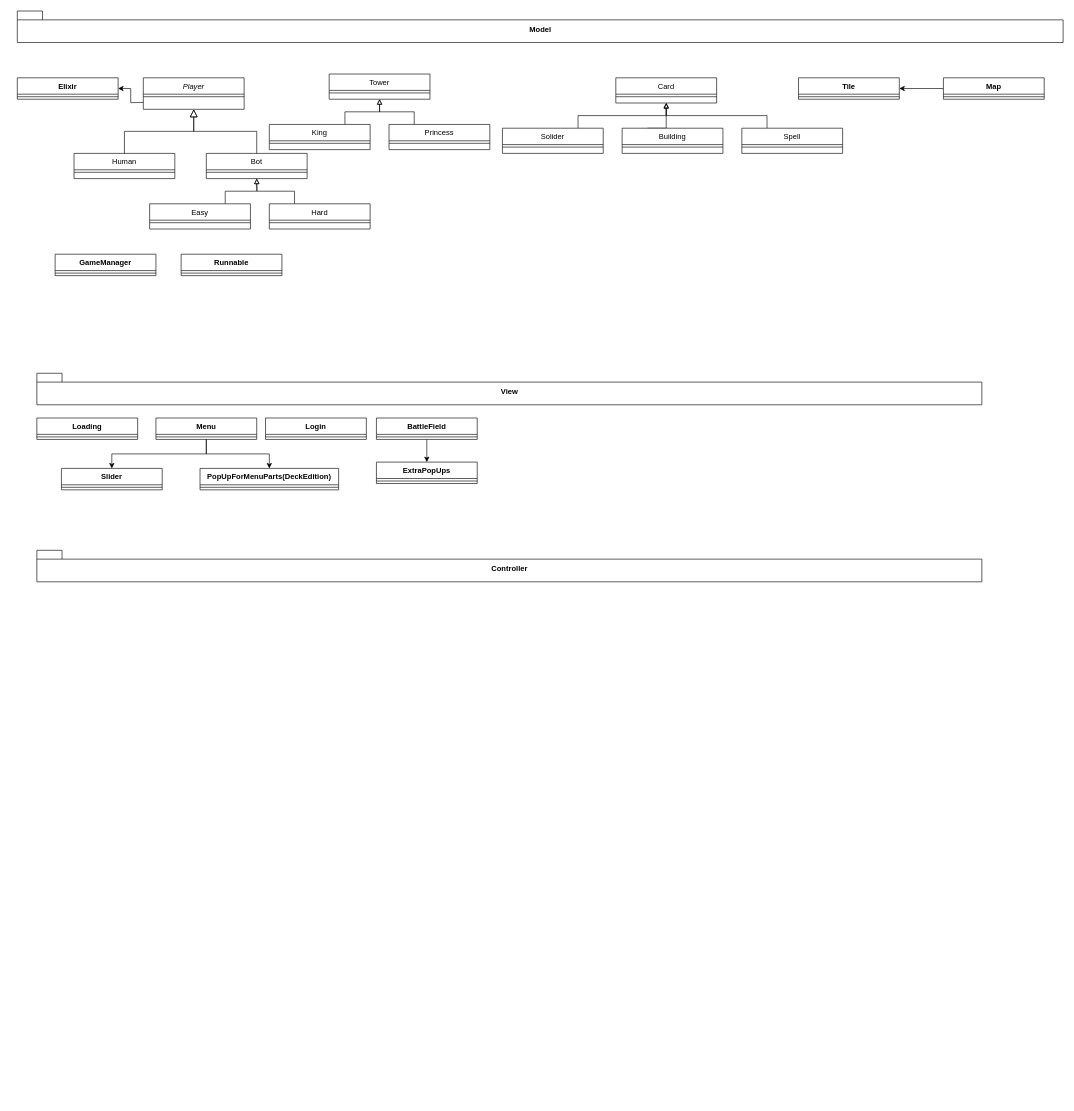
pouyam79i/ClashRoyale keeps this draw.io diagram as Clash Royale Class Diagram.drawio. Above is the earlier version. Source tidied: cells renumbered, new cells numbered last; positions are measured from the earlier drawing's top-left corner, leaving out a move shared by most shapes. Both pictures are drawn from the tidied source at 63%, with x=0, y=0 at pixel (17, 11).
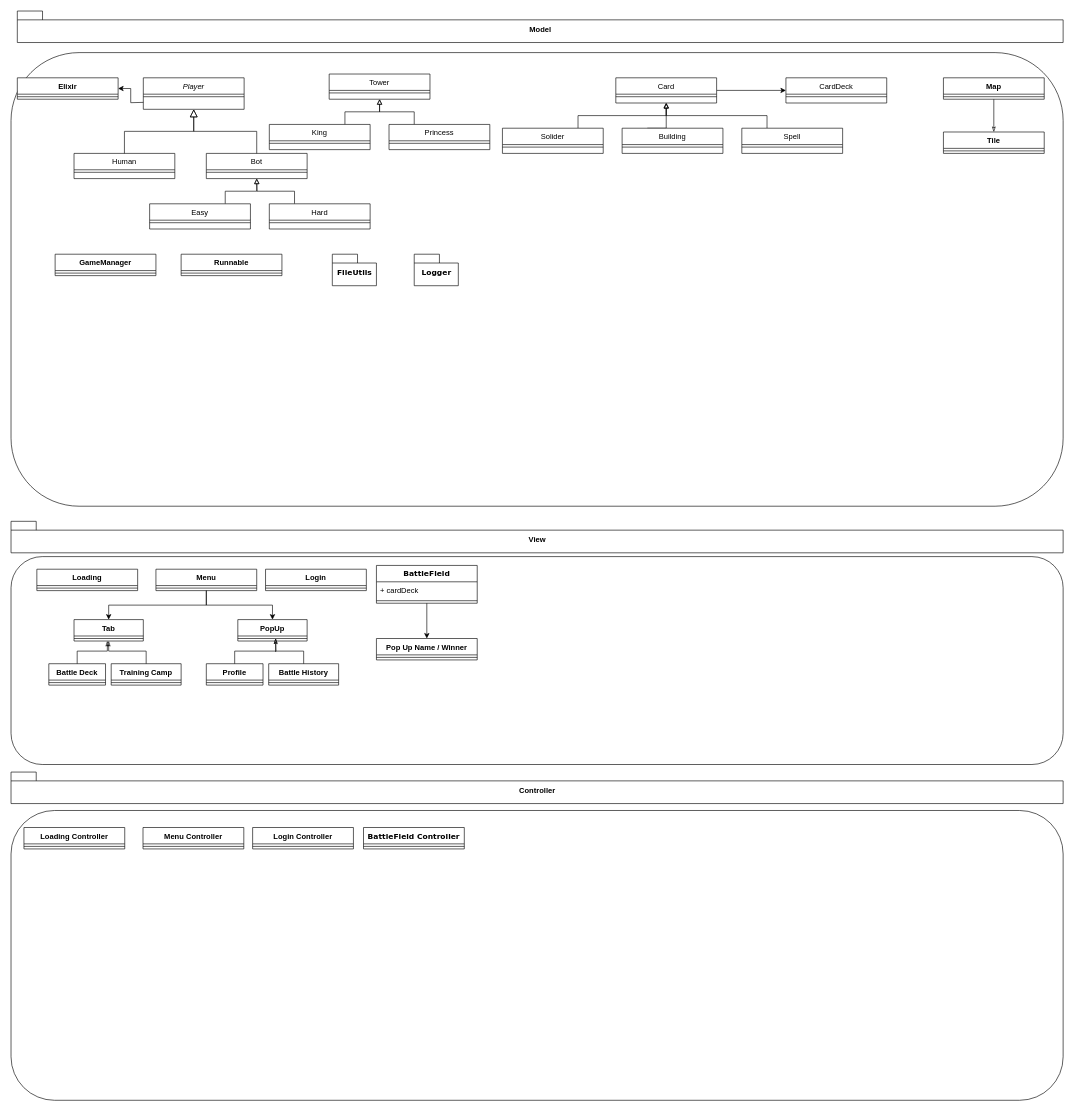
Above is the later version.

Commit message:
[fix] Update Clash Royale Class

The change refers to these unchanged cells:
```xml
<mxCell id="25" value="Card" style="swimlane;fontStyle=0;align=center;verticalAlign=top;horizontal=1;startSize=26;rounded=0;shadow=0;strokeWidth=1;" parent="1" vertex="1">
  <mxGeometry x="950" y="106" width="160" height="40" as="geometry" />
</mxCell>
<mxCell id="40" value="Map" style="swimlane;fontStyle=1;align=center;verticalAlign=top;horizontal=1;startSize=26;" parent="1" vertex="1">
  <mxGeometry x="1470" y="106" width="160" height="34" as="geometry" />
</mxCell>
```

Change to the diagram source:
```diff
@@
+    <mxCell id="67" style="rounded=1;whiteSpace=wrap;html=1;fontFamily=Verdana;gradientColor=#ffffff;glass=1;fillColor=none;" parent="1" vertex="1">
+      <mxGeometry x="-10" y="66" width="1670" height="720" as="geometry" />
+    </mxCell>
@@
     <mxCell id="12" value="View" style="shape=folder;fontStyle=1;spacingTop=10;tabWidth=40;tabHeight=14;tabPosition=left;html=1;" parent="1" vertex="1">
-      <mxGeometry x="31" y="575" width="1500" height="50" as="geometry" />
+      <mxGeometry x="-10" y="810" width="1670" height="50" as="geometry" />
     </mxCell>
@@
+    <mxCell id="68" style="edgeStyle=orthogonalEdgeStyle;rounded=0;jettySize=auto;html=1;exitX=1;exitY=0.5;exitDx=0;exitDy=0;entryX=0;entryY=0.5;entryDx=0;entryDy=0;fontFamily=Verdana;endArrow=classic;endFill=1;" parent="1" edge="1" source="25" target="93">
+      <mxGeometry relative="1" as="geometry" />
+    </mxCell>
@@
     <mxCell id="37" value="Tile" style="swimlane;fontStyle=1;align=center;verticalAlign=top;horizontal=1;startSize=26;" parent="1" vertex="1">
-      <mxGeometry x="1240" y="106" width="160" height="34" as="geometry" />
+      <mxGeometry x="1470" y="192" width="160" height="34" as="geometry" />
     </mxCell>
@@
-    <mxCell id="39" style="edgeStyle=orthogonalEdgeStyle;rounded=0;jettySize=auto;html=1;exitX=0;exitY=0.5;exitDx=0;exitDy=0;endArrow=classic;endFill=1;" parent="1" edge="1" source="40" target="37">
+    <mxCell id="39" style="edgeStyle=orthogonalEdgeStyle;rounded=0;jettySize=auto;html=1;exitX=0.5;exitY=1;exitDx=0;exitDy=0;fontFamily=Verdana;endArrow=classicThin;endFill=0;" parent="1" edge="1" source="40" target="37">
       <mxGeometry relative="1" as="geometry" />
     </mxCell>
@@
     <mxCell id="49" value="Loading" style="swimlane;fontStyle=1;align=center;verticalAlign=top;horizontal=1;startSize=26;fillColor=none;gradientColor=none;" parent="1" vertex="1">
-      <mxGeometry x="31" y="646" width="160" height="34" as="geometry" />
+      <mxGeometry x="31" y="886" width="160" height="34" as="geometry" />
     </mxCell>
@@
     <mxCell id="53" value="Menu" style="swimlane;fontStyle=1;align=center;verticalAlign=top;horizontal=1;startSize=26;fillColor=none;gradientColor=none;" parent="1" vertex="1">
-      <mxGeometry x="220" y="646" width="160" height="34" as="geometry" />
+      <mxGeometry x="220" y="886" width="160" height="34" as="geometry" />
     </mxCell>
@@
     <mxCell id="55" value="Login" style="swimlane;fontStyle=1;align=center;verticalAlign=top;horizontal=1;startSize=26;fillColor=none;gradientColor=none;" parent="1" vertex="1">
-      <mxGeometry x="394" y="646" width="160" height="34" as="geometry" />
+      <mxGeometry x="394" y="886" width="160" height="34" as="geometry" />
     </mxCell>
@@
-    <mxCell id="58" value="BattleField" style="swimlane;fontStyle=1;align=center;verticalAlign=top;horizontal=1;startSize=26;fillColor=none;gradientColor=none;" parent="1" vertex="1">
-      <mxGeometry x="570" y="646" width="160" height="34" as="geometry" />
-    </mxCell>
-    <mxCell id="59" style="line;strokeWidth=1;fillColor=none;align=left;verticalAlign=middle;spacingTop=-1;spacingLeft=3;spacingRight=3;labelPosition=right;" parent="58" vertex="1">
-      <mxGeometry y="26" width="160" height="8" as="geometry" />
-    </mxCell>
-    <mxCell id="60" value="Slider" style="swimlane;fontStyle=1;align=center;verticalAlign=top;horizontal=1;startSize=26;fillColor=none;gradientColor=none;" parent="1" vertex="1">
-      <mxGeometry x="70" y="726" width="160" height="34" as="geometry" />
+    <mxCell id="60" value="Tab" style="swimlane;fontStyle=1;align=center;verticalAlign=top;horizontal=1;startSize=26;fillColor=none;gradientColor=none;" parent="1" vertex="1">
+      <mxGeometry x="90" y="966" width="110" height="34" as="geometry" />
     </mxCell>
     <mxCell id="61" style="line;strokeWidth=1;fillColor=none;align=left;verticalAlign=middle;spacingTop=-1;spacingLeft=3;spacingRight=3;labelPosition=right;points=[];portConstraint=eastwest;" parent="60" vertex="1">
-      <mxGeometry y="26" width="160" height="8" as="geometry" />
+      <mxGeometry y="26" width="110" height="8" as="geometry" />
     </mxCell>
-    <mxCell id="62" value="ExtraPopUps" style="swimlane;fontStyle=1;align=center;verticalAlign=top;horizontal=1;startSize=26;fillColor=none;gradientColor=none;" parent="1" vertex="1">
-      <mxGeometry x="570" y="716" width="160" height="34" as="geometry" />
+    <mxCell id="62" value="Pop Up Name / Winner" style="swimlane;fontStyle=1;align=center;verticalAlign=top;horizontal=1;startSize=26;fillColor=none;gradientColor=none;" parent="1" vertex="1">
+      <mxGeometry x="570" y="996" width="160" height="34" as="geometry" />
     </mxCell>
@@
     <mxCell id="64" value="Controller" style="shape=folder;fontStyle=1;spacingTop=10;tabWidth=40;tabHeight=14;tabPosition=left;html=1;" parent="1" vertex="1">
-      <mxGeometry x="31" y="856" width="1500" height="50" as="geometry" />
+      <mxGeometry x="-10" y="1208" width="1670" height="50" as="geometry" />
     </mxCell>
-    <mxCell id="65" value="PopUpForMenuParts(DeckEdition)" style="swimlane;fontStyle=1;align=center;verticalAlign=top;horizontal=1;startSize=26;fillColor=none;gradientColor=none;" parent="1" vertex="1">
-      <mxGeometry x="290" y="726" width="220" height="34" as="geometry" />
+    <mxCell id="65" value="PopUp" style="swimlane;fontStyle=1;align=center;verticalAlign=top;horizontal=1;startSize=26;fillColor=none;gradientColor=none;" parent="1" vertex="1">
+      <mxGeometry x="350" y="966" width="110" height="34" as="geometry" />
     </mxCell>
     <mxCell id="66" style="line;strokeWidth=1;fillColor=none;align=left;verticalAlign=middle;spacingTop=-1;spacingLeft=3;spacingRight=3;labelPosition=right;" parent="65" vertex="1">
-      <mxGeometry y="26" width="220" height="8" as="geometry" />
+      <mxGeometry y="26" width="110" height="8" as="geometry" />
     </mxCell>
+    <mxCell id="69" style="edgeStyle=orthogonalEdgeStyle;rounded=0;jettySize=auto;html=1;exitX=0.5;exitY=0;exitDx=0;exitDy=0;entryX=0.481;entryY=1;entryDx=0;entryDy=0;entryPerimeter=0;endArrow=classicThin;endFill=0;" parent="1" edge="1" source="70" target="61">
+      <mxGeometry relative="1" as="geometry" />
+    </mxCell>
+    <mxCell id="70" value="Battle Deck" style="swimlane;fontStyle=1;align=center;verticalAlign=top;horizontal=1;startSize=26;fillColor=none;gradientColor=none;" parent="1" vertex="1">
+      <mxGeometry x="50" y="1036" width="90" height="34" as="geometry" />
+    </mxCell>
+    <mxCell id="71" style="line;strokeWidth=1;fillColor=none;align=left;verticalAlign=middle;spacingTop=-1;spacingLeft=3;spacingRight=3;labelPosition=right;" parent="70" vertex="1">
+      <mxGeometry y="26" width="90" height="8" as="geometry" />
+    </mxCell>
+    <mxCell id="72" style="edgeStyle=orthogonalEdgeStyle;rounded=0;jettySize=auto;html=1;exitX=0.5;exitY=0;exitDx=0;exitDy=0;endArrow=classicThin;endFill=0;entryX=0.5;entryY=1;entryDx=0;entryDy=0;" parent="1" edge="1" source="73" target="60">
+      <mxGeometry relative="1" as="geometry" />
+    </mxCell>
+    <mxCell id="73" value="Training Camp" style="swimlane;fontStyle=1;align=center;verticalAlign=top;horizontal=1;startSize=26;fillColor=none;gradientColor=none;" parent="1" vertex="1">
+      <mxGeometry x="149" y="1036" width="111" height="34" as="geometry" />
+    </mxCell>
+    <mxCell id="74" style="line;strokeWidth=1;fillColor=none;align=left;verticalAlign=middle;spacingTop=-1;spacingLeft=3;spacingRight=3;labelPosition=right;" parent="73" vertex="1">
+      <mxGeometry y="26" width="111" height="8" as="geometry" />
+    </mxCell>
+    <mxCell id="75" style="edgeStyle=orthogonalEdgeStyle;rounded=0;jettySize=auto;html=1;exitX=0.5;exitY=0;exitDx=0;exitDy=0;endArrow=classicThin;endFill=0;" parent="1" edge="1" source="76">
+      <mxGeometry relative="1" as="geometry">
+        <mxPoint x="410" y="996" as="targetPoint" />
+      </mxGeometry>
+    </mxCell>
+    <mxCell id="76" value="Profile" style="swimlane;fontStyle=1;align=center;verticalAlign=top;horizontal=1;startSize=26;fillColor=none;gradientColor=none;" parent="1" vertex="1">
+      <mxGeometry x="300" y="1036" width="90" height="34" as="geometry" />
+    </mxCell>
+    <mxCell id="77" style="line;strokeWidth=1;fillColor=none;align=left;verticalAlign=middle;spacingTop=-1;spacingLeft=3;spacingRight=3;labelPosition=right;" parent="76" vertex="1">
+      <mxGeometry y="26" width="90" height="8" as="geometry" />
+    </mxCell>
+    <mxCell id="78" style="edgeStyle=orthogonalEdgeStyle;rounded=0;jettySize=auto;html=1;exitX=0.5;exitY=0;exitDx=0;exitDy=0;endArrow=classicThin;endFill=0;" parent="1" edge="1" source="79">
+      <mxGeometry relative="1" as="geometry">
+        <mxPoint x="410" y="996" as="targetPoint" />
+      </mxGeometry>
+    </mxCell>
+    <mxCell id="79" value=" Battle History" style="swimlane;fontStyle=1;align=center;verticalAlign=top;horizontal=1;startSize=26;fillColor=none;gradientColor=none;" parent="1" vertex="1">
+      <mxGeometry x="399" y="1036" width="111" height="34" as="geometry" />
+    </mxCell>
+    <mxCell id="80" style="line;strokeWidth=1;fillColor=none;align=left;verticalAlign=middle;spacingTop=-1;spacingLeft=3;spacingRight=3;labelPosition=right;" parent="79" vertex="1">
+      <mxGeometry y="26" width="111" height="8" as="geometry" />
+    </mxCell>
+    <mxCell id="58" value="BattleField" style="swimlane;fontStyle=1;align=center;verticalAlign=top;horizontal=1;startSize=26;fontFamily=Verdana;" parent="1" vertex="1">
+      <mxGeometry x="570" y="880" width="160" height="60" as="geometry" />
+    </mxCell>
+    <mxCell id="81" value="+ cardDeck" style="text;strokeColor=none;fillColor=none;align=left;verticalAlign=top;spacingLeft=4;spacingRight=4;overflow=hidden;" parent="58" vertex="1">
+      <mxGeometry y="26" width="160" height="26" as="geometry" />
+    </mxCell>
+    <mxCell id="82" style="line;strokeWidth=1;fillColor=none;align=left;verticalAlign=middle;spacingTop=-1;spacingLeft=3;spacingRight=3;labelPosition=right;" parent="58" vertex="1">
+      <mxGeometry y="52" width="160" height="8" as="geometry" />
+    </mxCell>
+    <mxCell id="83" value="Loading Controller" style="swimlane;fontStyle=1;align=center;verticalAlign=top;horizontal=1;startSize=26;fillColor=none;gradientColor=none;" parent="1" vertex="1">
+      <mxGeometry x="10.5" y="1296" width="160" height="34" as="geometry" />
+    </mxCell>
+    <mxCell id="84" style="line;strokeWidth=1;fillColor=none;align=left;verticalAlign=middle;spacingTop=-1;spacingLeft=3;spacingRight=3;labelPosition=right;" parent="83" vertex="1">
+      <mxGeometry y="26" width="160" height="8" as="geometry" />
+    </mxCell>
+    <mxCell id="85" value="Menu Controller" style="swimlane;fontStyle=1;align=center;verticalAlign=top;horizontal=1;startSize=26;fillColor=none;gradientColor=none;" parent="1" vertex="1">
+      <mxGeometry x="199.5" y="1296" width="160" height="34" as="geometry" />
+    </mxCell>
+    <mxCell id="86" style="line;strokeWidth=1;fillColor=none;align=left;verticalAlign=middle;spacingTop=-1;spacingLeft=3;spacingRight=3;labelPosition=right;" parent="85" vertex="1">
+      <mxGeometry y="26" width="160" height="8" as="geometry" />
+    </mxCell>
+    <mxCell id="87" value="Login Controller" style="swimlane;fontStyle=1;align=center;verticalAlign=top;horizontal=1;startSize=26;fillColor=none;gradientColor=none;" parent="1" vertex="1">
+      <mxGeometry x="373.5" y="1296" width="160" height="34" as="geometry" />
+    </mxCell>
+    <mxCell id="88" style="line;strokeWidth=1;fillColor=none;align=left;verticalAlign=middle;spacingTop=-1;spacingLeft=3;spacingRight=3;labelPosition=right;" parent="87" vertex="1">
+      <mxGeometry y="26" width="160" height="8" as="geometry" />
+    </mxCell>
+    <mxCell id="89" value="BattleField Controller" style="swimlane;fontStyle=1;align=center;verticalAlign=top;horizontal=1;startSize=26;fontFamily=Verdana;" parent="1" vertex="1">
+      <mxGeometry x="549.5" y="1296" width="160" height="34" as="geometry" />
+    </mxCell>
+    <mxCell id="90" style="line;strokeWidth=1;fillColor=none;align=left;verticalAlign=middle;spacingTop=-1;spacingLeft=3;spacingRight=3;labelPosition=right;" parent="89" vertex="1">
+      <mxGeometry y="26" width="160" height="8" as="geometry" />
+    </mxCell>
+    <mxCell id="91" style="rounded=1;whiteSpace=wrap;html=1;fontFamily=Verdana;gradientColor=#ffffff;glass=1;fillColor=none;" parent="1" vertex="1">
+      <mxGeometry x="-10" y="866" width="1670" height="330" as="geometry" />
+    </mxCell>
+    <mxCell id="92" style="rounded=1;whiteSpace=wrap;html=1;fontFamily=Verdana;gradientColor=#ffffff;glass=1;fillColor=none;" parent="1" vertex="1">
+      <mxGeometry x="-10" y="1269" width="1670" height="460" as="geometry" />
+    </mxCell>
+    <mxCell id="93" value="CardDeck" style="swimlane;fontStyle=0;align=center;verticalAlign=top;horizontal=1;startSize=26;rounded=0;shadow=0;strokeWidth=1;" parent="1" vertex="1">
+      <mxGeometry x="1220" y="106" width="160" height="40" as="geometry" />
+    </mxCell>
+    <mxCell id="94" style="line;html=1;strokeWidth=1;align=left;verticalAlign=middle;spacingTop=-1;spacingLeft=3;spacingRight=3;labelPosition=right;" parent="93" vertex="1">
+      <mxGeometry y="26" width="160" height="8" as="geometry" />
+    </mxCell>
+    <mxCell id="95" value="FileUtils" style="shape=folder;fontStyle=1;spacingTop=10;tabWidth=40;tabHeight=14;tabPosition=left;html=1;glass=1;fontFamily=Verdana;fillColor=none;gradientColor=#ffffff;" parent="1" vertex="1">
+      <mxGeometry x="500" y="386" width="70" height="50" as="geometry" />
+    </mxCell>
+    <mxCell id="96" value="Logger" style="shape=folder;fontStyle=1;spacingTop=10;tabWidth=40;tabHeight=14;tabPosition=left;html=1;glass=1;fontFamily=Verdana;fillColor=none;gradientColor=#ffffff;" parent="1" vertex="1">
+      <mxGeometry x="630" y="386" width="70" height="50" as="geometry" />
+    </mxCell>
```
